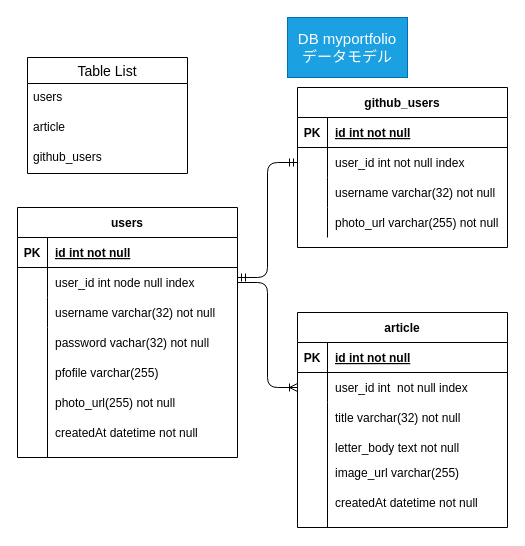
Before: db.dio in hirohana/technologypost-backend, a draw.io diagram. Source tidied: cells renumbered, new cells numbered last; positions are measured from the earlier drawing's top-left corner, leaving out a move shared by most shapes. Both pictures are drawn from the tidied source at 100%, with x=0, y=0 at pixel (17, 17).
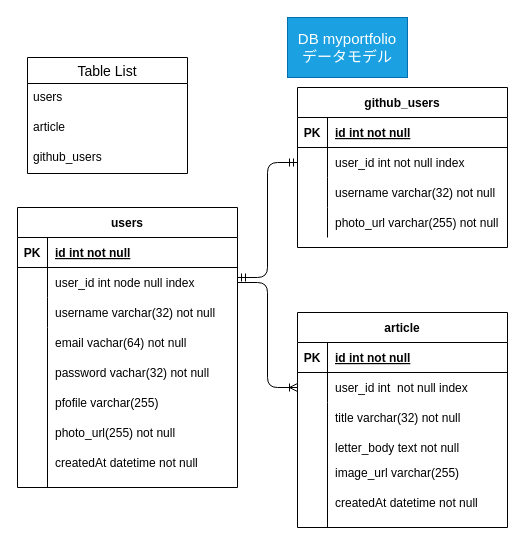
The same diagram, later.

Diff of the diagram source:
```diff
@@
     <mxCell id="2" value="users" style="shape=table;startSize=30;childLayout=tableLayout;rowLines=0;fontStyle=1;align=center;" parent="1" vertex="1">
-      <mxGeometry y="190" width="220" height="250" as="geometry" />
+      <mxGeometry y="190" width="220" height="280" as="geometry" />
     </mxCell>
@@
     <mxCell id="52" value="pfofile varchar(255)" style="shape=partialRectangle;fillColor=none;top=0;left=0;bottom=0;right=0;align=left;spacingLeft=6;overflow=hidden;" parent="1" vertex="1">
-      <mxGeometry x="30" y="340" width="190" height="30" as="geometry" />
+      <mxGeometry x="30" y="370" width="190" height="30" as="geometry" />
     </mxCell>
     <mxCell id="53" value="createdAt datetime not null" style="shape=partialRectangle;fillColor=none;top=0;left=0;bottom=0;right=0;align=left;spacingLeft=6;overflow=hidden;" parent="1" vertex="1">
-      <mxGeometry x="30" y="400" width="150" height="30" as="geometry" />
+      <mxGeometry x="30" y="430" width="150" height="30" as="geometry" />
     </mxCell>
     <mxCell id="54" value="password vachar(32) not null" style="shape=partialRectangle;fillColor=none;top=0;left=0;bottom=0;right=0;align=left;spacingLeft=6;overflow=hidden;" parent="1" vertex="1">
-      <mxGeometry x="30" y="310" width="190" height="30" as="geometry" />
+      <mxGeometry x="30" y="340" width="190" height="30" as="geometry" />
     </mxCell>
     <mxCell id="55" style="endArrow=none;html=1;rounded=0;" parent="1" edge="1">
       <mxGeometry relative="1" as="geometry">
         <mxPoint x="30" y="310" as="sourcePoint" />
-        <mxPoint x="30" y="440" as="targetPoint" />
+        <mxPoint x="30" y="470" as="targetPoint" />
       </mxGeometry>
     </mxCell>
     <mxCell id="56" value="photo_url(255) not null" style="shape=partialRectangle;fillColor=none;top=0;left=0;bottom=0;right=0;align=left;spacingLeft=6;overflow=hidden;" parent="1" vertex="1">
-      <mxGeometry x="30" y="370" width="190" height="30" as="geometry" />
+      <mxGeometry x="30" y="400" width="190" height="30" as="geometry" />
     </mxCell>
+    <mxCell id="57" value="email vachar(64) not null" style="shape=partialRectangle;fillColor=none;top=0;left=0;bottom=0;right=0;align=left;spacingLeft=6;overflow=hidden;" parent="1" vertex="1">
+      <mxGeometry x="30" y="310" width="190" height="30" as="geometry" />
+    </mxCell>
```
